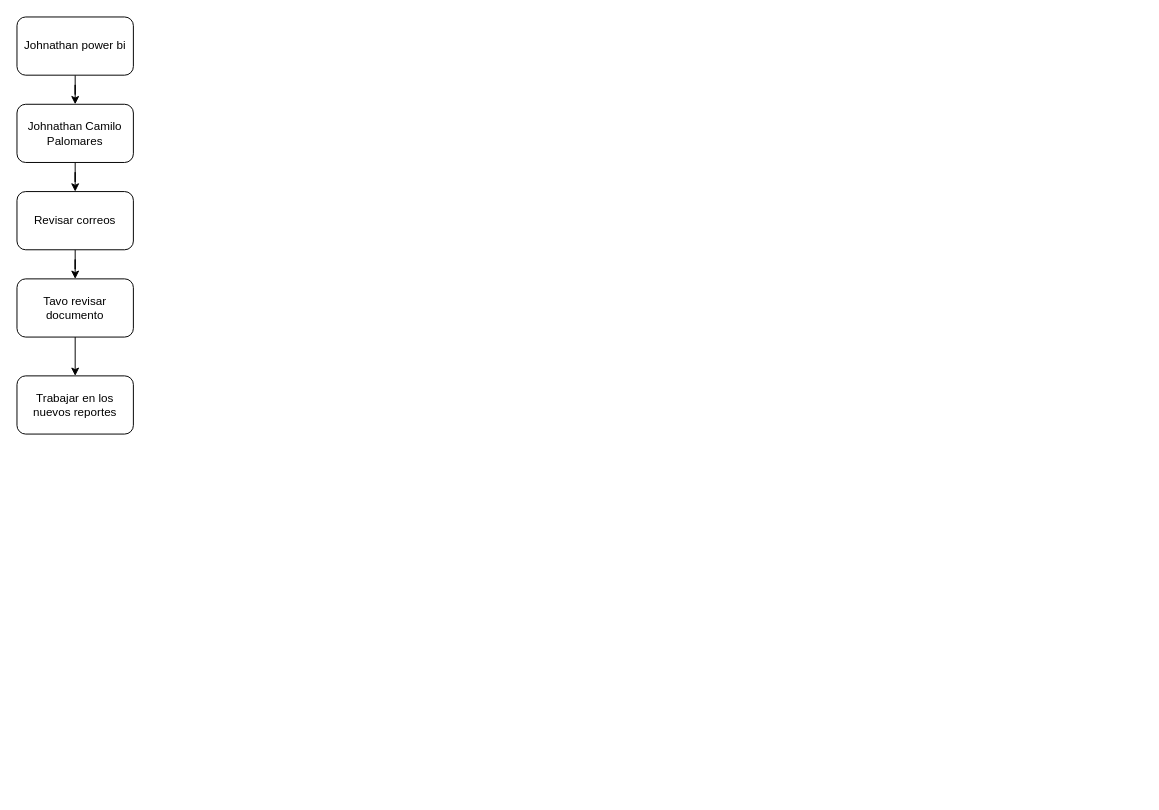
Earlier version of the draw.io diagram page "dia a dia" (1 of 2) of dia a dia.drawio (santiagovb/Diagramas). Source tidied: cells renumbered, new cells numbered last; positions are measured from the earlier drawing's top-left corner, leaving out a move shared by most shapes. Both pictures are drawn from the tidied source at 97%, with x=0, y=0 at pixel (16, 16).
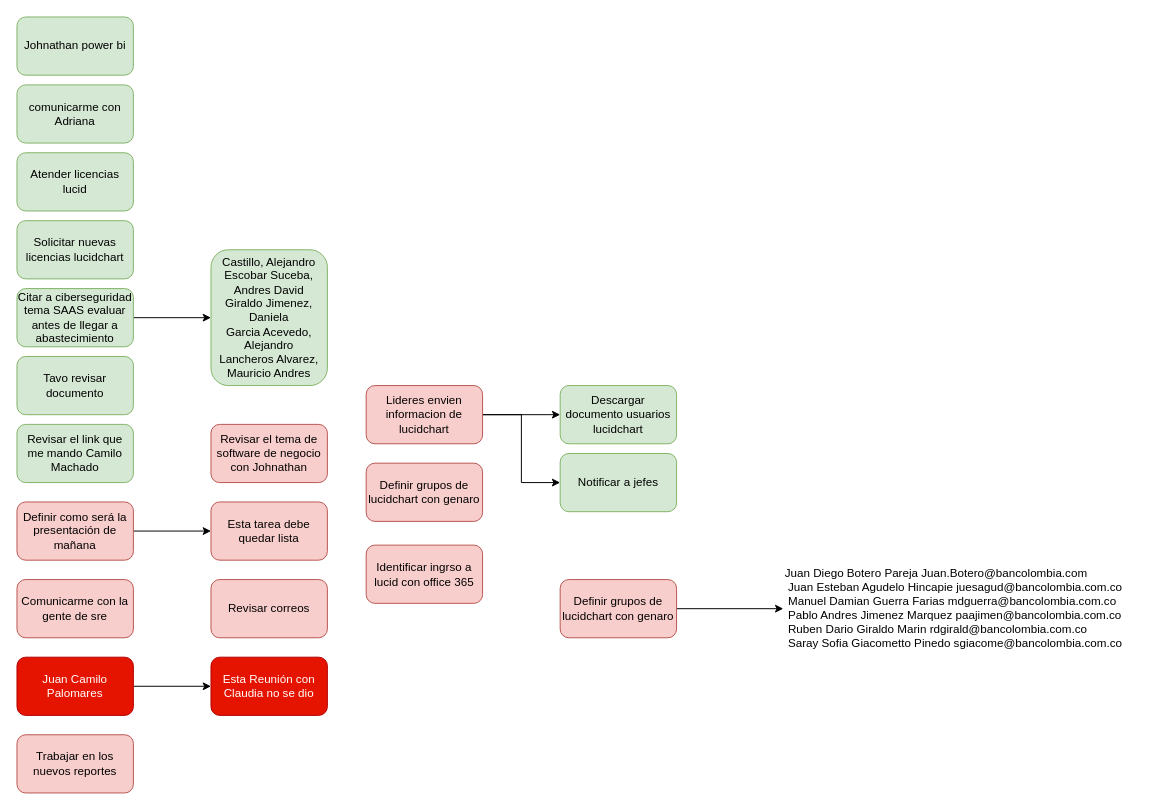
After the change.

What changed in the source:
```diff
@@
-    <mxCell id="2" style="edgeStyle=orthogonalEdgeStyle;rounded=0;jettySize=auto;html=1;" parent="1" edge="1" source="3" target="5">
-      <mxGeometry relative="1" as="geometry" />
-    </mxCell>
-    <mxCell id="3" value="Johnathan power bi" style="rounded=1;whiteSpace=wrap;html=1;" parent="1" vertex="1">
+    <mxCell id="3" value="Johnathan power bi" style="rounded=1;whiteSpace=wrap;html=1;fillColor=#d5e8d4;strokeColor=#82b366;" parent="1" vertex="1">
       <mxGeometry width="120" height="60" as="geometry" />
     </mxCell>
-    <mxCell id="4" style="edgeStyle=orthogonalEdgeStyle;rounded=0;jettySize=auto;html=1;" parent="1" edge="1" source="5" target="7">
-      <mxGeometry relative="1" as="geometry" />
-    </mxCell>
+    <mxCell id="11" style="edgeStyle=orthogonalEdgeStyle;rounded=0;jettySize=auto;html=1;" parent="1" edge="1" source="5" target="15">
+      <mxGeometry relative="1" as="geometry" />
+    </mxCell>
-    <mxCell id="5" value="Johnathan Camilo Palomares" style="rounded=1;whiteSpace=wrap;html=1;" parent="1" vertex="1">
-      <mxGeometry y="90" width="120" height="60" as="geometry" />
+    <mxCell id="5" value="Juan Camilo Palomares" style="rounded=1;whiteSpace=wrap;html=1;fillColor=#e51400;fontColor=#ffffff;strokeColor=#B20000;" parent="1" vertex="1">
+      <mxGeometry y="660" width="120" height="60" as="geometry" />
     </mxCell>
-    <mxCell id="6" style="edgeStyle=orthogonalEdgeStyle;rounded=0;jettySize=auto;html=1;" parent="1" edge="1" source="7" target="9">
-      <mxGeometry relative="1" as="geometry" />
-    </mxCell>
-    <mxCell id="7" value="Revisar correos" style="rounded=1;whiteSpace=wrap;html=1;" parent="1" vertex="1">
-      <mxGeometry y="180" width="120" height="60" as="geometry" />
+    <mxCell id="7" value="Revisar correos" style="rounded=1;whiteSpace=wrap;html=1;fillColor=#f8cecc;strokeColor=#b85450;" parent="1" vertex="1">
+      <mxGeometry x="200" y="580" width="120" height="60" as="geometry" />
     </mxCell>
-    <mxCell id="8" style="edgeStyle=orthogonalEdgeStyle;rounded=0;jettySize=auto;html=1;" parent="1" edge="1" source="9" target="10">
-      <mxGeometry relative="1" as="geometry" />
-    </mxCell>
-    <mxCell id="9" value="Tavo revisar documento" style="rounded=1;whiteSpace=wrap;html=1;" parent="1" vertex="1">
-      <mxGeometry y="270" width="120" height="60" as="geometry" />
+    <mxCell id="9" value="Tavo revisar documento" style="rounded=1;whiteSpace=wrap;html=1;fillColor=#d5e8d4;strokeColor=#82b366;" parent="1" vertex="1">
+      <mxGeometry y="350" width="120" height="60" as="geometry" />
     </mxCell>
-    <mxCell id="10" value="Trabajar en los nuevos reportes" style="rounded=1;whiteSpace=wrap;html=1;" parent="1" vertex="1">
-      <mxGeometry y="370" width="120" height="60" as="geometry" />
+    <mxCell id="10" value="Trabajar en los nuevos reportes" style="rounded=1;whiteSpace=wrap;html=1;fillColor=#f8cecc;strokeColor=#b85450;" parent="1" vertex="1">
+      <mxGeometry y="740" width="120" height="60" as="geometry" />
     </mxCell>
+    <mxCell id="12" value="Comunicarme con la gente de sre" style="rounded=1;whiteSpace=wrap;html=1;fillColor=#f8cecc;strokeColor=#b85450;" parent="1" vertex="1">
+      <mxGeometry y="580" width="120" height="60" as="geometry" />
+    </mxCell>
+    <mxCell id="13" value="comunicarme con Adriana" style="rounded=1;whiteSpace=wrap;html=1;fillColor=#d5e8d4;strokeColor=#82b366;" parent="1" vertex="1">
+      <mxGeometry y="70" width="120" height="60" as="geometry" />
+    </mxCell>
+    <mxCell id="14" value="Revisar el link que me mando Camilo Machado" style="rounded=1;whiteSpace=wrap;html=1;fillColor=#d5e8d4;strokeColor=#82b366;" parent="1" vertex="1">
+      <mxGeometry y="420" width="120" height="60" as="geometry" />
+    </mxCell>
+    <mxCell id="15" value="Esta Reunión con Claudia no se dio" style="rounded=1;whiteSpace=wrap;html=1;fillColor=#e51400;fontColor=#ffffff;strokeColor=#B20000;" parent="1" vertex="1">
+      <mxGeometry x="200" y="660" width="120" height="60" as="geometry" />
+    </mxCell>
+    <mxCell id="16" style="edgeStyle=orthogonalEdgeStyle;rounded=0;jettySize=auto;html=1;" parent="1" edge="1" source="17" target="18">
+      <mxGeometry relative="1" as="geometry" />
+    </mxCell>
+    <mxCell id="17" value="Definir como será la presentación de mañana" style="rounded=1;whiteSpace=wrap;html=1;fillColor=#f8cecc;strokeColor=#b85450;" parent="1" vertex="1">
+      <mxGeometry y="500" width="120" height="60" as="geometry" />
+    </mxCell>
+    <mxCell id="18" value="Esta tarea debe quedar lista" style="rounded=1;whiteSpace=wrap;html=1;fillColor=#f8cecc;strokeColor=#b85450;" parent="1" vertex="1">
+      <mxGeometry x="200" y="500" width="120" height="60" as="geometry" />
+    </mxCell>
+    <mxCell id="19" value="Atender licencias lucid" style="rounded=1;whiteSpace=wrap;html=1;fillColor=#d5e8d4;strokeColor=#82b366;" parent="1" vertex="1">
+      <mxGeometry y="140" width="120" height="60" as="geometry" />
+    </mxCell>
+    <mxCell id="20" value="Solicitar nuevas licencias lucidchart" style="rounded=1;whiteSpace=wrap;html=1;fillColor=#d5e8d4;strokeColor=#82b366;" parent="1" vertex="1">
+      <mxGeometry y="210" width="120" height="60" as="geometry" />
+    </mxCell>
+    <mxCell id="21" value="Revisar el tema de software de negocio con Johnathan" style="rounded=1;whiteSpace=wrap;html=1;fillColor=#f8cecc;strokeColor=#b85450;" parent="1" vertex="1">
+      <mxGeometry x="200" y="420" width="120" height="60" as="geometry" />
+    </mxCell>
+    <mxCell id="22" style="edgeStyle=orthogonalEdgeStyle;rounded=0;jettySize=auto;html=1;" parent="1" edge="1" source="23" target="24">
+      <mxGeometry relative="1" as="geometry" />
+    </mxCell>
+    <mxCell id="23" value="Citar a ciberseguridad tema SAAS evaluar antes de llegar a abastecimiento" style="rounded=1;whiteSpace=wrap;html=1;fillColor=#d5e8d4;strokeColor=#82b366;" parent="1" vertex="1">
+      <mxGeometry y="280" width="120" height="60" as="geometry" />
+    </mxCell>
+    <mxCell id="24" value="Castillo, Alejandro&lt;br/&gt;Escobar Suceba, Andres David&lt;br/&gt;Giraldo Jimenez, Daniela&lt;br/&gt;Garcia Acevedo, Alejandro&lt;br/&gt;Lancheros Alvarez, Mauricio Andres" style="rounded=1;whiteSpace=wrap;html=1;fillColor=#d5e8d4;strokeColor=#82b366;" parent="1" vertex="1">
+      <mxGeometry x="200" y="240" width="120" height="140" as="geometry" />
+    </mxCell>
+    <mxCell id="25" style="edgeStyle=orthogonalEdgeStyle;rounded=0;jettySize=auto;html=1;" parent="1" edge="1" source="27" target="28">
+      <mxGeometry relative="1" as="geometry" />
+    </mxCell>
+    <mxCell id="26" style="edgeStyle=orthogonalEdgeStyle;rounded=0;jettySize=auto;html=1;entryX=0;entryY=0.5;entryDx=0;entryDy=0;" parent="1" edge="1" source="27" target="29">
+      <mxGeometry relative="1" as="geometry" />
+    </mxCell>
+    <mxCell id="27" value="Lideres envien informacion de lucidchart" style="rounded=1;whiteSpace=wrap;html=1;fillColor=#f8cecc;strokeColor=#b85450;" parent="1" vertex="1">
+      <mxGeometry x="360" y="380" width="120" height="60" as="geometry" />
+    </mxCell>
+    <mxCell id="28" value="Descargar documento usuarios lucidchart" style="rounded=1;whiteSpace=wrap;html=1;fillColor=#d5e8d4;strokeColor=#82b366;" parent="1" vertex="1">
+      <mxGeometry x="560" y="380" width="120" height="60" as="geometry" />
+    </mxCell>
+    <mxCell id="29" value="Notificar a jefes" style="rounded=1;whiteSpace=wrap;html=1;fillColor=#d5e8d4;strokeColor=#82b366;" parent="1" vertex="1">
+      <mxGeometry x="560" y="450" width="120" height="60" as="geometry" />
+    </mxCell>
+    <mxCell id="30" value="Definir grupos de lucidchart con genaro" style="rounded=1;whiteSpace=wrap;html=1;fillColor=#f8cecc;strokeColor=#b85450;" parent="1" vertex="1">
+      <mxGeometry x="360" y="460" width="120" height="60" as="geometry" />
+    </mxCell>
+    <mxCell id="31" value="Identificar ingrso a lucid con office 365" style="rounded=1;whiteSpace=wrap;html=1;fillColor=#f8cecc;strokeColor=#b85450;" parent="1" vertex="1">
+      <mxGeometry x="360" y="544.5" width="120" height="60" as="geometry" />
+    </mxCell>
+    <mxCell id="32" style="edgeStyle=orthogonalEdgeStyle;rounded=0;jettySize=auto;html=1;entryX=0;entryY=0.5;entryDx=0;entryDy=0;" parent="1" edge="1" source="33" target="34">
+      <mxGeometry relative="1" as="geometry" />
+    </mxCell>
+    <mxCell id="33" value="Definir grupos de lucidchart con genaro" style="rounded=1;whiteSpace=wrap;html=1;fillColor=#f8cecc;strokeColor=#b85450;" parent="1" vertex="1">
+      <mxGeometry x="560" y="580" width="120" height="60" as="geometry" />
+    </mxCell>
+    <mxCell id="34" value="Juan Diego Botero Pareja  Juan.Botero@bancolombia.com&#10; Juan Esteban Agudelo Hincapie  juesagud@bancolombia.com.co&#10; Manuel Damian Guerra Farias  mdguerra@bancolombia.com.co&#10; Pablo Andres Jimenez Marquez  paajimen@bancolombia.com.co&#10; Ruben Dario Giraldo Marin  rdgirald@bancolombia.com.co&#10; Saray Sofia Giacometto Pinedo  sgiacome@bancolombia.com.co" style="text;whiteSpace=wrap;html=1;" parent="1" vertex="1">
+      <mxGeometry x="790" y="560" width="370" height="100" as="geometry" />
+    </mxCell>
```
